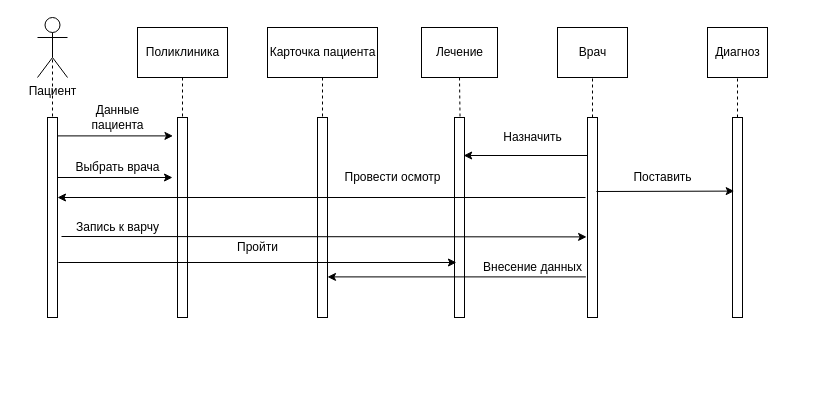
Earlier version of the draw.io diagram DAoSS/Диаграмма_последовательности.drawio (VikaYakunina/lemongatorade). Source tidied: cells renumbered, new cells numbered last; positions are measured from the earlier drawing's top-left corner, leaving out a move shared by most shapes. Both pictures are drawn from the tidied source at 100%, with x=0, y=0 at pixel (37, 17).
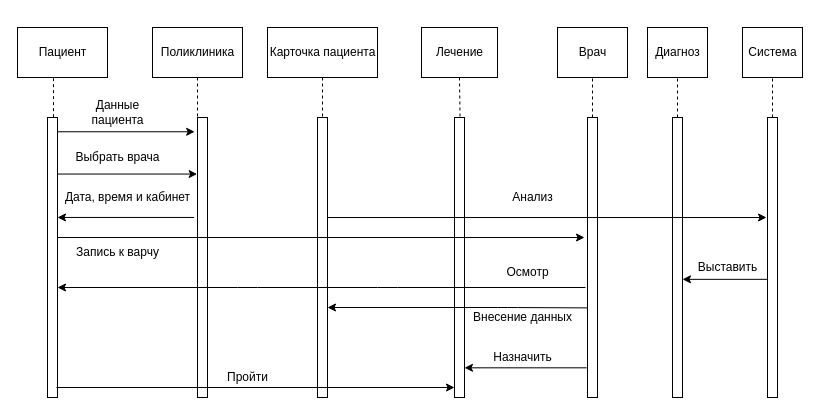
The same page after the edit.

What changed in the source:
```diff
@@
-    <mxCell id="2" value="Пациент" style="shape=umlActor;verticalLabelPosition=bottom;verticalAlign=top;html=1;outlineConnect=0;" parent="1" vertex="1">
-      <mxGeometry width="30" height="60" as="geometry" />
-    </mxCell>
-    <mxCell id="3" style="endArrow=none;dashed=1;html=1;exitX=0.5;exitY=0.5;exitDx=0;exitDy=0;exitPerimeter=0;" parent="1" edge="1" source="2" target="4">
+    <mxCell id="3" style="endArrow=none;dashed=1;html=1;exitX=0.4;exitY=1.013;exitDx=0;exitDy=0;exitPerimeter=0;" parent="1" edge="1" source="2" target="4">
       <mxGeometry relative="1" as="geometry" />
     </mxCell>
     <mxCell id="4" style="html=1;points=[];perimeter=orthogonalPerimeter;" parent="1" vertex="1">
-      <mxGeometry x="10" y="100" width="10" height="200" as="geometry" />
+      <mxGeometry x="10" y="100" width="10" height="280" as="geometry" />
     </mxCell>
     <mxCell id="5" value="Поликлиника" style="html=1;" parent="1" vertex="1">
-      <mxGeometry x="100" y="10" width="90" height="50" as="geometry" />
+      <mxGeometry x="115" y="10" width="90" height="50" as="geometry" />
     </mxCell>
@@
     <mxCell id="9" value="Диагноз" style="html=1;" parent="1" vertex="1">
-      <mxGeometry x="670" y="10" width="60" height="50" as="geometry" />
+      <mxGeometry x="610" y="10" width="60" height="50" as="geometry" />
     </mxCell>
     <mxCell id="10" style="html=1;points=[];perimeter=orthogonalPerimeter;" parent="1" vertex="1">
-      <mxGeometry x="140" y="100" width="10" height="200" as="geometry" />
+      <mxGeometry x="160" y="100" width="10" height="280" as="geometry" />
     </mxCell>
@@
-    <mxCell id="12" style="endArrow=classic;html=1;entryX=-0.455;entryY=0.092;entryDx=0;entryDy=0;entryPerimeter=0;" parent="1" edge="1" source="4" target="10">
+    <mxCell id="12" style="endArrow=classic;html=1;entryX=-0.285;entryY=0.051;entryDx=0;entryDy=0;entryPerimeter=0;" parent="1" edge="1" source="4" target="10">
       <mxGeometry relative="1" as="geometry" />
     </mxCell>
     <mxCell id="13" value="Данные&lt;br&gt;пациента" style="text;html=1;align=center;verticalAlign=middle;fillColor=none;strokeColor=none;rounded=0;" parent="1" vertex="1">
-      <mxGeometry x="45" y="85" width="70" height="30" as="geometry" />
+      <mxGeometry x="45" y="80" width="70" height="30" as="geometry" />
     </mxCell>
-    <mxCell id="14" style="endArrow=none;html=1;endFill=0;startArrow=classic;startFill=1;exitX=1.05;exitY=1;exitDx=0;exitDy=0;exitPerimeter=0;" parent="1" edge="1" source="15" target="4">
+    <mxCell id="14" style="endArrow=none;html=1;endFill=0;startArrow=classic;startFill=1;exitX=-0.035;exitY=0.202;exitDx=0;exitDy=0;exitPerimeter=0;" parent="1" edge="1" source="10" target="4">
       <mxGeometry relative="1" as="geometry" />
     </mxCell>
     <mxCell id="15" value="Выбрать врача" style="text;html=1;align=center;verticalAlign=middle;points=[];fillColor=none;strokeColor=none;rounded=0;" parent="1" vertex="1">
-      <mxGeometry x="30" y="140" width="100" height="20" as="geometry" />
+      <mxGeometry x="30" y="130" width="100" height="20" as="geometry" />
     </mxCell>
     <mxCell id="16" value="Запись к варчу" style="text;html=1;align=center;verticalAlign=middle;fillColor=none;strokeColor=none;rounded=0;" parent="1" vertex="1">
-      <mxGeometry x="30" y="200" width="100" height="20" as="geometry" />
+      <mxGeometry x="30" y="225" width="100" height="20" as="geometry" />
     </mxCell>
     <mxCell id="17" style="html=1;points=[];perimeter=orthogonalPerimeter;" parent="1" vertex="1">
-      <mxGeometry x="280" y="100" width="10" height="200" as="geometry" />
+      <mxGeometry x="280" y="100" width="10" height="280" as="geometry" />
     </mxCell>
@@
     <mxCell id="19" style="html=1;points=[];perimeter=orthogonalPerimeter;" parent="1" vertex="1">
-      <mxGeometry x="550" y="100" width="10" height="200" as="geometry" />
+      <mxGeometry x="550" y="100" width="10" height="280" as="geometry" />
     </mxCell>
     <mxCell id="20" style="html=1;points=[];perimeter=orthogonalPerimeter;" parent="1" vertex="1">
-      <mxGeometry x="417" y="100" width="10" height="200" as="geometry" />
+      <mxGeometry x="417" y="100" width="10" height="280" as="geometry" />
     </mxCell>
-    <mxCell id="21" style="endArrow=classic;html=1;exitX=-0.164;exitY=0.797;exitDx=0;exitDy=0;exitPerimeter=0;" parent="1" edge="1" source="19" target="17">
-      <mxGeometry relative="1" as="geometry" />
+    <mxCell id="21" style="endArrow=classic;html=1;exitX=0.048;exitY=0.68;exitDx=0;exitDy=0;exitPerimeter=0;" parent="1" edge="1" source="19" target="17">
+      <mxGeometry relative="1" as="geometry">
+        <Array as="points">
+          <mxPoint x="470" y="290" />
+        </Array>
+      </mxGeometry>
     </mxCell>
     <mxCell id="22" value="Внесение данных" style="text;html=1;align=center;verticalAlign=middle;fillColor=none;strokeColor=none;rounded=0;" parent="1" vertex="1">
-      <mxGeometry x="440" y="240" width="110" height="20" as="geometry" />
+      <mxGeometry x="430" y="290" width="110" height="20" as="geometry" />
     </mxCell>
-    <mxCell id="23" style="endArrow=classic;html=1;entryX=0.918;entryY=0.19;entryDx=0;entryDy=0;entryPerimeter=0;" parent="1" edge="1" target="20">
-      <mxGeometry relative="1" as="geometry">
-        <mxPoint x="550" y="138" as="sourcePoint" />
-      </mxGeometry>
-    </mxCell>
     <mxCell id="24" value="Назначить" style="text;html=1;align=center;verticalAlign=middle;fillColor=none;strokeColor=none;rounded=0;" parent="1" vertex="1">
-      <mxGeometry x="460" y="110" width="70" height="20" as="geometry" />
+      <mxGeometry x="450" y="330" width="70" height="20" as="geometry" />
     </mxCell>
     <mxCell id="25" style="html=1;points=[];perimeter=orthogonalPerimeter;" parent="1" vertex="1">
-      <mxGeometry x="695" y="100" width="10" height="200" as="geometry" />
+      <mxGeometry x="635" y="100" width="10" height="280" as="geometry" />
     </mxCell>
-    <mxCell id="26" style="endArrow=classic;html=1;entryX=0.173;entryY=0.368;entryDx=0;entryDy=0;entryPerimeter=0;" parent="1" edge="1" target="25">
-      <mxGeometry relative="1" as="geometry">
-        <mxPoint x="559" y="174" as="sourcePoint" />
-      </mxGeometry>
-    </mxCell>
-    <mxCell id="27" value="Поставить" style="text;html=1;align=center;verticalAlign=middle;fillColor=none;strokeColor=none;rounded=0;" parent="1" vertex="1">
-      <mxGeometry x="590" y="150" width="70" height="20" as="geometry" />
-    </mxCell>
-    <mxCell id="28" style="endArrow=classic;html=1;entryX=0.191;entryY=0.725;entryDx=0;entryDy=0;entryPerimeter=0;" parent="1" edge="1" target="20">
+    <mxCell id="28" style="endArrow=classic;html=1;" parent="1" edge="1">
       <mxGeometry relative="1" as="geometry">
-        <mxPoint x="21" y="245" as="sourcePoint" />
+        <mxPoint x="19" y="370" as="sourcePoint" />
+        <mxPoint x="417" y="370" as="targetPoint" />
       </mxGeometry>
     </mxCell>
     <mxCell id="29" value="Пройти" style="text;html=1;align=center;verticalAlign=middle;fillColor=none;strokeColor=none;rounded=0;" parent="1" vertex="1">
-      <mxGeometry x="190" y="220" width="60" height="20" as="geometry" />
+      <mxGeometry x="180" y="350" width="60" height="20" as="geometry" />
     </mxCell>
-    <mxCell id="30" style="endArrow=classic;html=1;" parent="1" edge="1" target="4">
+    <mxCell id="30" style="endArrow=classic;html=1;" parent="1" edge="1">
       <mxGeometry relative="1" as="geometry">
-        <mxPoint x="548" y="180" as="sourcePoint" />
+        <mxPoint x="548" y="270" as="sourcePoint" />
+        <mxPoint x="20" y="270" as="targetPoint" />
+        <Array as="points">
+          <mxPoint x="350" y="270" />
+          <mxPoint x="210" y="270" />
+        </Array>
       </mxGeometry>
     </mxCell>
-    <mxCell id="31" value="Провести осмотр" style="text;html=1;align=center;verticalAlign=middle;fillColor=none;strokeColor=none;rounded=0;" parent="1" vertex="1">
-      <mxGeometry x="300" y="150" width="110" height="20" as="geometry" />
-    </mxCell>
-    <mxCell id="32" style="endArrow=classic;html=1;entryX=-0.091;entryY=0.597;entryDx=0;entryDy=0;entryPerimeter=0;" parent="1" edge="1" target="19">
-      <mxGeometry relative="1" as="geometry">
-        <mxPoint x="24" y="219" as="sourcePoint" />
-      </mxGeometry>
-    </mxCell>
@@
+    <mxCell id="36" style="endArrow=classic;html=1;" parent="1" edge="1">
+      <mxGeometry relative="1" as="geometry">
+        <mxPoint x="20" y="220" as="sourcePoint" />
+        <mxPoint x="547" y="220" as="targetPoint" />
+      </mxGeometry>
+    </mxCell>
+    <mxCell id="37" value="Дата, время и кабинет" style="text;html=1;align=center;verticalAlign=middle;fillColor=none;strokeColor=none;rounded=0;" parent="1" vertex="1">
+      <mxGeometry x="20" y="170" width="140" height="20" as="geometry" />
+    </mxCell>
+    <mxCell id="38" value="Система" style="html=1;" parent="1" vertex="1">
+      <mxGeometry x="705" y="10" width="60" height="50" as="geometry" />
+    </mxCell>
+    <mxCell id="2" value="Пациент" style="html=1;" parent="1" vertex="1">
+      <mxGeometry x="-20" y="10" width="90" height="50" as="geometry" />
+    </mxCell>
+    <mxCell id="39" style="html=1;points=[];perimeter=orthogonalPerimeter;" parent="1" vertex="1">
+      <mxGeometry x="730" y="100" width="10" height="280" as="geometry" />
+    </mxCell>
+    <mxCell id="40" style="endArrow=none;dashed=1;html=1;entryX=0.5;entryY=1;entryDx=0;entryDy=0;" parent="1" edge="1" source="39" target="38">
+      <mxGeometry relative="1" as="geometry">
+        <Array as="points">
+          <mxPoint x="735" y="80" />
+        </Array>
+      </mxGeometry>
+    </mxCell>
+    <mxCell id="41" value="Анализ" style="text;html=1;align=center;verticalAlign=middle;fillColor=none;strokeColor=none;rounded=0;" parent="1" vertex="1">
+      <mxGeometry x="465" y="170" width="60" height="20" as="geometry" />
+    </mxCell>
+    <mxCell id="42" style="endArrow=classic;html=1;" parent="1" edge="1" source="17">
+      <mxGeometry relative="1" as="geometry">
+        <mxPoint x="729" y="200" as="targetPoint" />
+      </mxGeometry>
+    </mxCell>
+    <mxCell id="43" value="Выставить" style="text;html=1;align=center;verticalAlign=middle;fillColor=none;strokeColor=none;rounded=0;" parent="1" vertex="1">
+      <mxGeometry x="650" y="240" width="80" height="20" as="geometry" />
+    </mxCell>
+    <mxCell id="44" style="endArrow=classic;html=1;exitX=-0.345;exitY=0.357;exitDx=0;exitDy=0;exitPerimeter=0;" parent="1" edge="1" source="10" target="4">
+      <mxGeometry relative="1" as="geometry" />
+    </mxCell>
+    <mxCell id="45" style="endArrow=classic;html=1;exitX=-0.073;exitY=0.894;exitDx=0;exitDy=0;exitPerimeter=0;" parent="1" edge="1" source="19" target="20">
+      <mxGeometry relative="1" as="geometry" />
+    </mxCell>
+    <mxCell id="46" style="endArrow=classic;html=1;exitX=0.048;exitY=0.578;exitDx=0;exitDy=0;exitPerimeter=0;" parent="1" edge="1" source="39" target="25">
+      <mxGeometry relative="1" as="geometry" />
+    </mxCell>
+    <mxCell id="47" value="Осмотр" style="text;html=1;align=center;verticalAlign=middle;fillColor=none;strokeColor=none;rounded=0;" parent="1" vertex="1">
+      <mxGeometry x="460" y="245" width="60" height="20" as="geometry" />
+    </mxCell>
```
